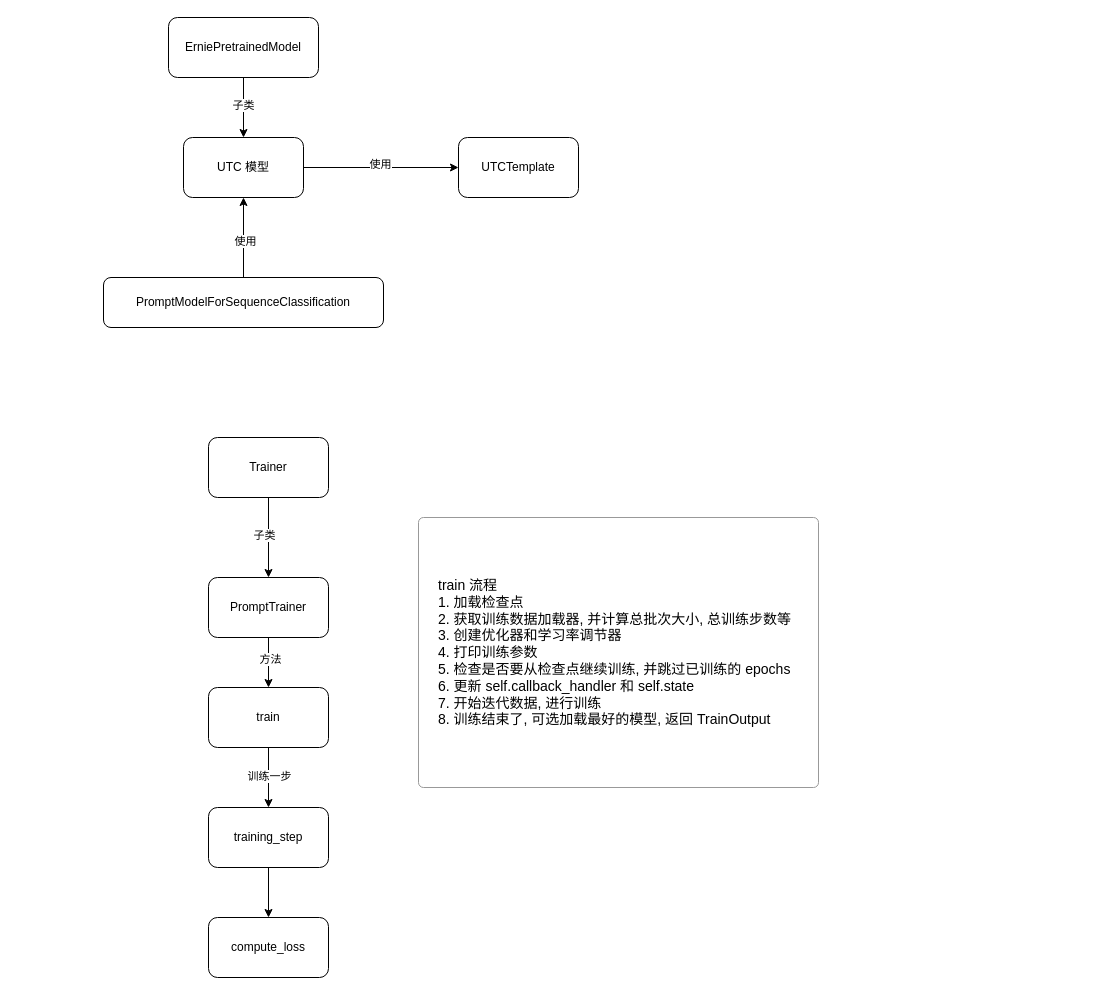
Earlier version of the draw.io diagram applications/zero_shot_text_classification/paddlenlp.drawio (zhenhua32/PaddleNLP). Source tidied: cells renumbered, new cells numbered last; positions are measured from the earlier drawing's top-left corner, leaving out a move shared by most shapes. Both pictures are drawn from the tidied source at 100%, with x=0, y=0 at pixel (103, 17).
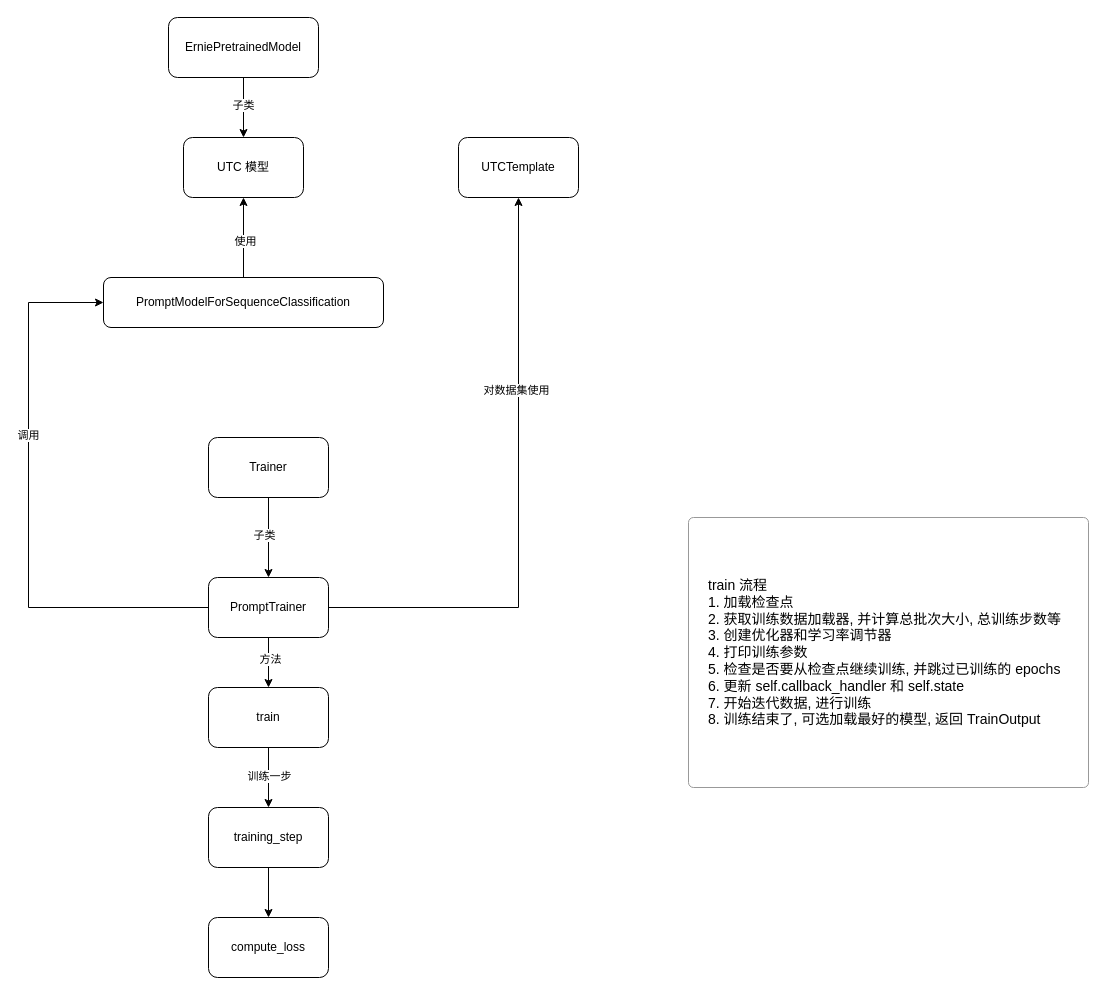
The same diagram, later.

Unchanged cells that the change refers to:
```xml
<mxCell id="4" value="UTC 模型" style="rounded=1;whiteSpace=wrap;html=1;" parent="1" vertex="1">
  <mxGeometry x="80" y="120" width="120" height="60" as="geometry" />
</mxCell>
<mxCell id="5" value="UTCTemplate" style="rounded=1;whiteSpace=wrap;html=1;" parent="1" vertex="1">
  <mxGeometry x="355" y="120" width="120" height="60" as="geometry" />
</mxCell>
<mxCell id="11" value="PromptModelForSequenceClassification" style="rounded=1;whiteSpace=wrap;html=1;" parent="1" vertex="1">
  <mxGeometry y="260" width="280" height="50" as="geometry" />
</mxCell>
<mxCell id="14" value="PromptTrainer" style="rounded=1;whiteSpace=wrap;html=1;" parent="1" vertex="1">
  <mxGeometry x="105" y="560" width="120" height="60" as="geometry" />
</mxCell>
```

Change to the diagram source:
```diff
@@
-    <mxCell id="2" style="edgeStyle=orthogonalEdgeStyle;rounded=0;jettySize=auto;html=1;exitX=1;exitY=0.5;exitDx=0;exitDy=0;entryX=0;entryY=0.5;entryDx=0;entryDy=0;" parent="1" edge="1" source="4" target="5">
-      <mxGeometry relative="1" as="geometry" />
-    </mxCell>
-    <mxCell id="3" value="使用" style="edgeLabel;html=1;align=center;verticalAlign=middle;" parent="2" vertex="1">
-      <mxGeometry x="-0.02" y="4" relative="1" as="geometry" />
-    </mxCell>
@@
+    <mxCell id="25" style="edgeStyle=orthogonalEdgeStyle;rounded=0;jettySize=auto;html=1;exitX=0;exitY=0.5;exitDx=0;exitDy=0;entryX=0;entryY=0.5;entryDx=0;entryDy=0;" parent="1" edge="1" source="14" target="11">
+      <mxGeometry relative="1" as="geometry">
+        <Array as="points">
+          <mxPoint x="-75" y="590" />
+          <mxPoint x="-75" y="285" />
+        </Array>
+      </mxGeometry>
+    </mxCell>
+    <mxCell id="26" value="调用" style="edgeLabel;html=1;align=center;verticalAlign=middle;" parent="25" vertex="1">
+      <mxGeometry x="0.26" y="1" relative="1" as="geometry" />
+    </mxCell>
+    <mxCell id="27" style="edgeStyle=orthogonalEdgeStyle;rounded=0;jettySize=auto;html=1;entryX=0.5;entryY=1;entryDx=0;entryDy=0;" parent="1" edge="1" source="14" target="5">
+      <mxGeometry relative="1" as="geometry" />
+    </mxCell>
+    <mxCell id="28" value="对数据集使用" style="edgeLabel;html=1;align=center;verticalAlign=middle;" parent="27" vertex="1">
+      <mxGeometry x="0.36" y="3" relative="1" as="geometry" />
+    </mxCell>
@@
     <mxCell id="21" value="&lt;div style=&quot;&quot;&gt;&lt;div&gt;&lt;font color=&quot;#000000&quot;&gt;train 流程&lt;/font&gt;&lt;/div&gt;&lt;div&gt;&lt;font color=&quot;#000000&quot;&gt;1. 加载检查点&lt;/font&gt;&lt;/div&gt;&lt;div&gt;&lt;font color=&quot;#000000&quot;&gt;2. 获取训练数据加载器, 并计算总批次大小, 总训练步数等&lt;/font&gt;&lt;/div&gt;&lt;div&gt;&lt;font color=&quot;#000000&quot;&gt;3. 创建优化器和学习率调节器&lt;/font&gt;&lt;/div&gt;&lt;div&gt;&lt;font color=&quot;#000000&quot;&gt;4. 打印训练参数&lt;/font&gt;&lt;/div&gt;&lt;div&gt;&lt;font color=&quot;#000000&quot;&gt;5. 检查是否要从检查点继续训练, 并跳过已训练的 epochs&lt;/font&gt;&lt;/div&gt;&lt;div&gt;&lt;font color=&quot;#000000&quot;&gt;6. 更新 self.callback_handler 和 self.state&lt;/font&gt;&lt;/div&gt;&lt;div&gt;&lt;font color=&quot;#000000&quot;&gt;7. 开始迭代数据, 进行训练&lt;/font&gt;&lt;/div&gt;&lt;div&gt;&lt;font color=&quot;#000000&quot;&gt;8. 训练结束了, 可选加载最好的模型, 返回 TrainOutput&lt;/font&gt;&lt;/div&gt;&lt;/div&gt;" style="html=1;shadow=0;dashed=0;shape=mxgraph.bootstrap.rrect;rSize=5;strokeColor=#999999;strokeWidth=1;fillColor=#FFFFFF;fontColor=#6C767D;whiteSpace=wrap;align=left;verticalAlign=middle;spacingLeft=10;fontSize=14;spacing=10;" parent="1" vertex="1">
-      <mxGeometry x="315" y="500" width="400" height="270" as="geometry" />
+      <mxGeometry x="585" y="500" width="400" height="270" as="geometry" />
     </mxCell>
```
